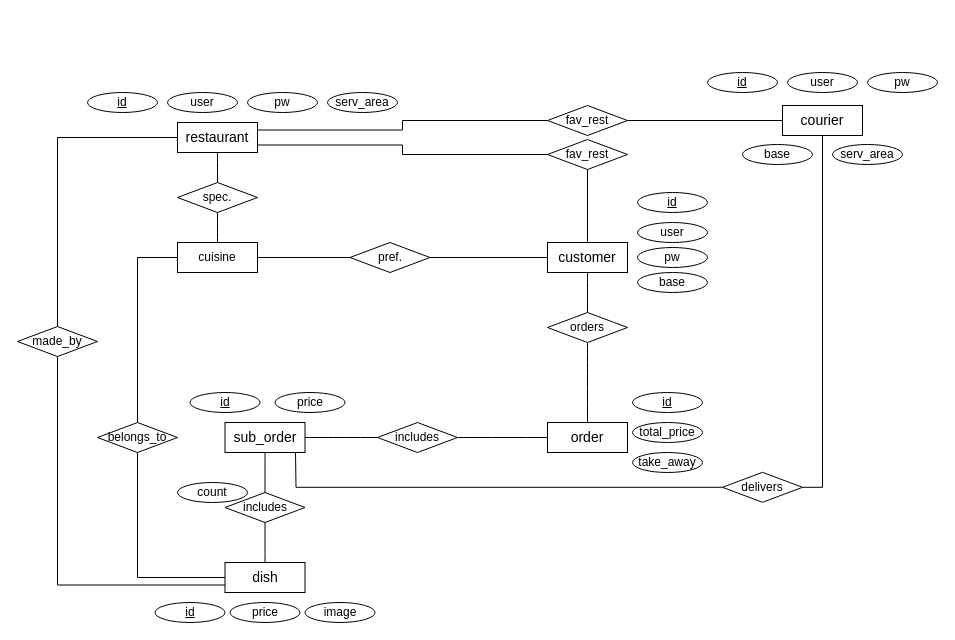
Before: Assignment_1/assignment_1_ex_1a.drawio in Rumle/DIS_49, a draw.io diagram. Source tidied: cells renumbered, new cells numbered last; positions are measured from the earlier drawing's top-left corner, leaving out a move shared by most shapes. Both pictures are drawn from the tidied source at 100%, with x=0, y=0 at pixel (17, 72).
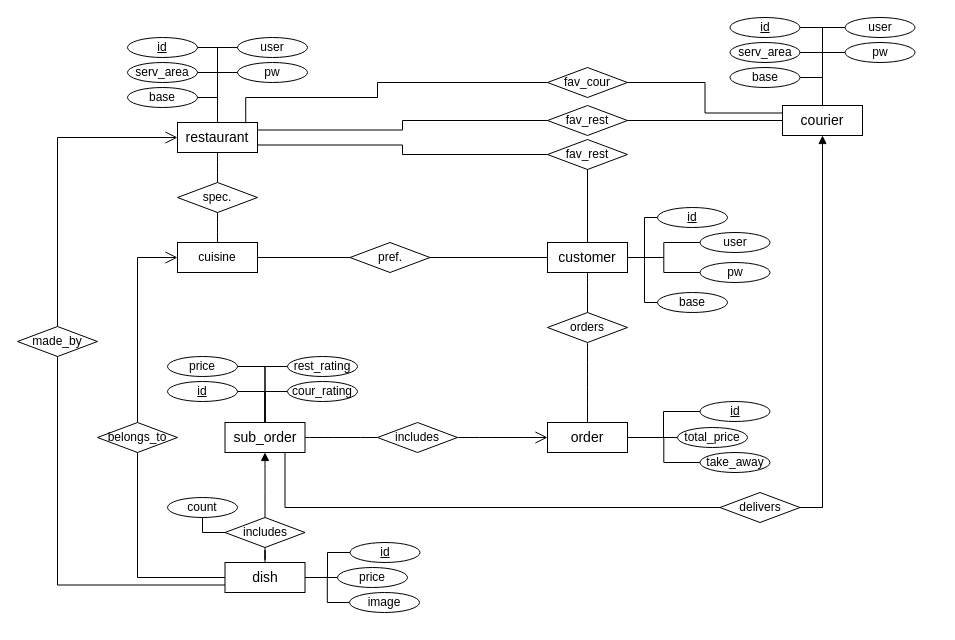
After the change.

Commit message:
diagram ready for feedback

Unchanged cells that the change refers to:
```xml
<mxCell id="5" value="&lt;font style=&quot;font-size: 14px;&quot;&gt;restaurant&lt;/font&gt;" style="rounded=0;whiteSpace=wrap;html=1;" parent="1" vertex="1">
  <mxGeometry x="160" y="50" width="80" height="30" as="geometry" />
</mxCell>
<mxCell id="8" value="&lt;font style=&quot;font-size: 14px;&quot;&gt;customer&lt;/font&gt;" style="rounded=0;whiteSpace=wrap;html=1;" parent="1" vertex="1">
  <mxGeometry x="530" y="170" width="80" height="30" as="geometry" />
</mxCell>
<mxCell id="10" value="&lt;font style=&quot;font-size: 14px;&quot;&gt;courier&lt;/font&gt;" style="rounded=0;whiteSpace=wrap;html=1;" parent="1" vertex="1">
  <mxGeometry x="765" y="33" width="80" height="30" as="geometry" />
</mxCell>
<mxCell id="13" value="&lt;font style=&quot;font-size: 14px;&quot;&gt;sub_order&lt;/font&gt;" style="rounded=0;whiteSpace=wrap;html=1;" parent="1" vertex="1">
  <mxGeometry x="207.5" y="350" width="80" height="30" as="geometry" />
</mxCell>
<mxCell id="14" value="&lt;font style=&quot;font-size: 14px;&quot;&gt;order&lt;/font&gt;" style="rounded=0;whiteSpace=wrap;html=1;" parent="1" vertex="1">
  <mxGeometry x="530" y="350" width="80" height="30" as="geometry" />
</mxCell>
<mxCell id="16" value="&lt;font style=&quot;font-size: 14px;&quot;&gt;dish&lt;/font&gt;" style="rounded=0;whiteSpace=wrap;html=1;" parent="1" vertex="1">
  <mxGeometry x="207.5" y="490" width="80" height="30" as="geometry" />
</mxCell>
<mxCell id="39" value="&lt;font&gt;cuisine&lt;/font&gt;" style="rounded=0;whiteSpace=wrap;html=1;" parent="1" vertex="1">
  <mxGeometry x="160" y="170" width="80" height="30" as="geometry" />
</mxCell>
<mxCell id="47" value="includes" style="shape=rhombus;perimeter=rhombusPerimeter;whiteSpace=wrap;html=1;align=center;" parent="1" vertex="1">
  <mxGeometry x="360" y="350" width="80" height="30" as="geometry" />
</mxCell>
<mxCell id="52" value="belongs_to" style="shape=rhombus;perimeter=rhombusPerimeter;whiteSpace=wrap;html=1;align=center;" parent="1" vertex="1">
  <mxGeometry x="80" y="350" width="80" height="30" as="geometry" />
</mxCell>
<mxCell id="57" value="made_by" style="shape=rhombus;perimeter=rhombusPerimeter;whiteSpace=wrap;html=1;align=center;" parent="1" vertex="1">
  <mxGeometry y="254" width="80" height="30" as="geometry" />
</mxCell>
```

Change to the diagram source:
```diff
@@
-    <mxCell id="9" style="edgeStyle=orthogonalEdgeStyle;rounded=0;jettySize=auto;html=1;exitX=0.5;exitY=1;exitDx=0;exitDy=0;entryX=1;entryY=0.5;entryDx=0;entryDy=0;endArrow=none;startFill=0;" parent="1" edge="1" source="10" target="53">
+    <mxCell id="9" style="edgeStyle=orthogonalEdgeStyle;rounded=0;jettySize=auto;html=1;exitX=0.5;exitY=1;exitDx=0;exitDy=0;entryX=1;entryY=0.5;entryDx=0;entryDy=0;endArrow=none;startFill=1;startArrow=block;endSize=10;" parent="1" edge="1" source="10" target="53">
       <mxGeometry relative="1" as="geometry" />
     </mxCell>
@@
-    <mxCell id="12" style="edgeStyle=orthogonalEdgeStyle;rounded=0;jettySize=auto;html=1;endArrow=none;startFill=0;curved=1;" parent="1" edge="1" source="13" target="48">
+    <mxCell id="12" style="edgeStyle=orthogonalEdgeStyle;rounded=0;jettySize=auto;html=1;endArrow=none;startFill=1;curved=1;startArrow=block;endSize=10;" parent="1" edge="1" source="13" target="48">
       <mxGeometry relative="1" as="geometry" />
     </mxCell>
@@
+    <mxCell id="61" style="edgeStyle=orthogonalEdgeStyle;rounded=0;jettySize=auto;html=1;exitX=1;exitY=0.5;exitDx=0;exitDy=0;endArrow=none;startFill=0;" parent="1" edge="1" source="17" target="10">
+      <mxGeometry relative="1" as="geometry" />
+    </mxCell>
     <mxCell id="17" value="id" style="ellipse;whiteSpace=wrap;html=1;align=center;fontStyle=4;" parent="1" vertex="1">
-      <mxGeometry x="690" width="70" height="20" as="geometry" />
+      <mxGeometry x="712.5" y="-55" width="70" height="20" as="geometry" />
     </mxCell>
+    <mxCell id="62" style="edgeStyle=orthogonalEdgeStyle;rounded=0;jettySize=auto;html=1;exitX=0;exitY=0.5;exitDx=0;exitDy=0;endArrow=none;startFill=0;" parent="1" edge="1" source="18" target="10">
+      <mxGeometry relative="1" as="geometry" />
+    </mxCell>
     <mxCell id="18" value="user" style="ellipse;whiteSpace=wrap;html=1;align=center;" parent="1" vertex="1">
-      <mxGeometry x="770" width="70" height="20" as="geometry" />
+      <mxGeometry x="827.5" y="-55" width="70" height="20" as="geometry" />
     </mxCell>
+    <mxCell id="63" style="edgeStyle=orthogonalEdgeStyle;rounded=0;jettySize=auto;html=1;exitX=1;exitY=0.5;exitDx=0;exitDy=0;endArrow=none;startFill=0;" parent="1" edge="1" source="19" target="10">
+      <mxGeometry relative="1" as="geometry" />
+    </mxCell>
     <mxCell id="19" value="base" style="ellipse;whiteSpace=wrap;html=1;align=center;" parent="1" vertex="1">
-      <mxGeometry x="725" y="72" width="70" height="20" as="geometry" />
+      <mxGeometry x="712.5" y="-5" width="70" height="20" as="geometry" />
     </mxCell>
+    <mxCell id="64" style="edgeStyle=orthogonalEdgeStyle;rounded=0;jettySize=auto;html=1;exitX=0;exitY=0.5;exitDx=0;exitDy=0;endArrow=none;startFill=0;" parent="1" edge="1" source="20" target="10">
+      <mxGeometry relative="1" as="geometry" />
+    </mxCell>
     <mxCell id="20" value="pw" style="ellipse;whiteSpace=wrap;html=1;align=center;" parent="1" vertex="1">
-      <mxGeometry x="850" width="70" height="20" as="geometry" />
+      <mxGeometry x="827.5" y="-30" width="70" height="20" as="geometry" />
     </mxCell>
+    <mxCell id="65" style="edgeStyle=orthogonalEdgeStyle;rounded=0;jettySize=auto;html=1;exitX=1;exitY=0.5;exitDx=0;exitDy=0;endArrow=none;startFill=0;" parent="1" edge="1" source="21" target="10">
+      <mxGeometry relative="1" as="geometry" />
+    </mxCell>
     <mxCell id="21" value="serv_area" style="ellipse;whiteSpace=wrap;html=1;align=center;" parent="1" vertex="1">
-      <mxGeometry x="815" y="72" width="70" height="20" as="geometry" />
+      <mxGeometry x="712.5" y="-30" width="70" height="20" as="geometry" />
     </mxCell>
+    <mxCell id="66" style="edgeStyle=orthogonalEdgeStyle;rounded=0;jettySize=auto;html=1;exitX=0;exitY=0.5;exitDx=0;exitDy=0;endArrow=none;startFill=0;" parent="1" edge="1" source="22" target="14">
+      <mxGeometry relative="1" as="geometry">
+        <Array as="points">
+          <mxPoint x="646" y="339" />
+          <mxPoint x="646" y="365" />
+        </Array>
+      </mxGeometry>
+    </mxCell>
     <mxCell id="22" value="&lt;u&gt;id&lt;/u&gt;" style="ellipse;whiteSpace=wrap;html=1;align=center;" parent="1" vertex="1">
-      <mxGeometry x="615" y="320" width="70" height="20" as="geometry" />
+      <mxGeometry x="682.5" y="329" width="70" height="20" as="geometry" />
     </mxCell>
+    <mxCell id="67" style="edgeStyle=orthogonalEdgeStyle;rounded=0;jettySize=auto;html=1;exitX=1;exitY=0.5;exitDx=0;exitDy=0;endArrow=none;startFill=0;" parent="1" edge="1" source="23" target="13">
+      <mxGeometry relative="1" as="geometry" />
+    </mxCell>
     <mxCell id="23" value="&lt;u&gt;id&lt;/u&gt;" style="ellipse;whiteSpace=wrap;html=1;align=center;" parent="1" vertex="1">
-      <mxGeometry x="172.5" y="320" width="70" height="20" as="geometry" />
+      <mxGeometry x="150" y="309" width="70" height="20" as="geometry" />
     </mxCell>
+    <mxCell id="68" style="edgeStyle=orthogonalEdgeStyle;rounded=0;jettySize=auto;html=1;exitX=1;exitY=0.5;exitDx=0;exitDy=0;endArrow=none;startFill=0;" parent="1" edge="1" source="24" target="5">
+      <mxGeometry relative="1" as="geometry" />
+    </mxCell>
     <mxCell id="24" value="&lt;u&gt;id&lt;/u&gt;" style="ellipse;whiteSpace=wrap;html=1;align=center;" parent="1" vertex="1">
-      <mxGeometry x="70" y="20" width="70" height="20" as="geometry" />
+      <mxGeometry x="110" y="-35" width="70" height="20" as="geometry" />
     </mxCell>
+    <mxCell id="69" style="edgeStyle=orthogonalEdgeStyle;rounded=0;jettySize=auto;html=1;exitX=0;exitY=0.5;exitDx=0;exitDy=0;endArrow=none;startFill=0;" parent="1" edge="1" source="25" target="16">
+      <mxGeometry relative="1" as="geometry" />
+    </mxCell>
     <mxCell id="25" value="id" style="ellipse;whiteSpace=wrap;html=1;align=center;fontStyle=4;" parent="1" vertex="1">
-      <mxGeometry x="137.5" y="530" width="70" height="20" as="geometry" />
+      <mxGeometry x="332.5" y="470" width="70" height="20" as="geometry" />
     </mxCell>
+    <mxCell id="70" style="edgeStyle=orthogonalEdgeStyle;rounded=0;jettySize=auto;html=1;exitX=0;exitY=0.5;exitDx=0;exitDy=0;endArrow=none;startFill=0;" parent="1" edge="1" source="26" target="8">
+      <mxGeometry relative="1" as="geometry">
+        <Array as="points">
+          <mxPoint x="627" y="185" />
+        </Array>
+      </mxGeometry>
+    </mxCell>
     <mxCell id="26" value="id" style="ellipse;whiteSpace=wrap;html=1;align=center;fontStyle=4;" parent="1" vertex="1">
-      <mxGeometry x="620" y="120" width="70" height="20" as="geometry" />
+      <mxGeometry x="640" y="135" width="70" height="20" as="geometry" />
     </mxCell>
+    <mxCell id="71" style="edgeStyle=orthogonalEdgeStyle;rounded=0;jettySize=auto;html=1;exitX=0;exitY=0.5;exitDx=0;exitDy=0;endArrow=none;startFill=0;" parent="1" edge="1" source="27" target="8">
+      <mxGeometry relative="1" as="geometry" />
+    </mxCell>
     <mxCell id="27" value="user" style="ellipse;whiteSpace=wrap;html=1;align=center;" parent="1" vertex="1">
-      <mxGeometry x="620" y="150" width="70" height="20" as="geometry" />
+      <mxGeometry x="682.5" y="160" width="70" height="20" as="geometry" />
     </mxCell>
+    <mxCell id="72" style="edgeStyle=orthogonalEdgeStyle;rounded=0;jettySize=auto;html=1;exitX=0;exitY=0.5;exitDx=0;exitDy=0;endArrow=none;startFill=0;" parent="1" edge="1" source="28" target="8">
+      <mxGeometry relative="1" as="geometry" />
+    </mxCell>
     <mxCell id="28" value="pw" style="ellipse;whiteSpace=wrap;html=1;align=center;" parent="1" vertex="1">
-      <mxGeometry x="620" y="175" width="70" height="20" as="geometry" />
+      <mxGeometry x="682.5" y="190" width="70" height="20" as="geometry" />
     </mxCell>
+    <mxCell id="73" style="edgeStyle=orthogonalEdgeStyle;rounded=0;jettySize=auto;html=1;exitX=0;exitY=0.5;exitDx=0;exitDy=0;endArrow=none;startFill=0;" parent="1" edge="1" source="29" target="5">
+      <mxGeometry relative="1" as="geometry" />
+    </mxCell>
     <mxCell id="29" value="user" style="ellipse;whiteSpace=wrap;html=1;align=center;" parent="1" vertex="1">
-      <mxGeometry x="150" y="20" width="70" height="20" as="geometry" />
+      <mxGeometry x="220" y="-35" width="70" height="20" as="geometry" />
     </mxCell>
+    <mxCell id="74" style="edgeStyle=orthogonalEdgeStyle;rounded=0;jettySize=auto;html=1;exitX=0;exitY=0.5;exitDx=0;exitDy=0;endArrow=none;startFill=0;" parent="1" edge="1" source="30" target="5">
+      <mxGeometry relative="1" as="geometry" />
+    </mxCell>
     <mxCell id="30" value="pw" style="ellipse;whiteSpace=wrap;html=1;align=center;" parent="1" vertex="1">
-      <mxGeometry x="230" y="20" width="70" height="20" as="geometry" />
+      <mxGeometry x="220" y="-10" width="70" height="20" as="geometry" />
     </mxCell>
+    <mxCell id="75" style="edgeStyle=orthogonalEdgeStyle;rounded=0;jettySize=auto;html=1;exitX=0;exitY=0.5;exitDx=0;exitDy=0;endArrow=none;startFill=0;" parent="1" edge="1" source="31" target="14">
+      <mxGeometry relative="1" as="geometry" />
+    </mxCell>
     <mxCell id="31" value="take_away" style="ellipse;whiteSpace=wrap;html=1;align=center;" parent="1" vertex="1">
-      <mxGeometry x="615" y="380" width="70" height="20" as="geometry" />
+      <mxGeometry x="682.5" y="380" width="70" height="20" as="geometry" />
     </mxCell>
+    <mxCell id="76" style="edgeStyle=orthogonalEdgeStyle;rounded=0;jettySize=auto;html=1;exitX=0;exitY=0.5;exitDx=0;exitDy=0;endArrow=none;startFill=0;" parent="1" edge="1" source="32" target="16">
+      <mxGeometry relative="1" as="geometry" />
+    </mxCell>
     <mxCell id="32" value="price" style="ellipse;whiteSpace=wrap;html=1;align=center;" parent="1" vertex="1">
-      <mxGeometry x="212.5" y="530" width="70" height="20" as="geometry" />
+      <mxGeometry x="320" y="495" width="70" height="20" as="geometry" />
     </mxCell>
+    <mxCell id="77" style="edgeStyle=orthogonalEdgeStyle;rounded=0;jettySize=auto;html=1;exitX=1;exitY=0.5;exitDx=0;exitDy=0;endArrow=none;startFill=0;" parent="1" edge="1" source="33" target="13">
+      <mxGeometry relative="1" as="geometry" />
+    </mxCell>
     <mxCell id="33" value="price" style="ellipse;whiteSpace=wrap;html=1;align=center;" parent="1" vertex="1">
-      <mxGeometry x="257.5" y="320" width="70" height="20" as="geometry" />
+      <mxGeometry x="150" y="284" width="70" height="20" as="geometry" />
     </mxCell>
+    <mxCell id="78" style="edgeStyle=orthogonalEdgeStyle;rounded=0;jettySize=auto;html=1;exitX=0;exitY=0.5;exitDx=0;exitDy=0;endArrow=none;startFill=0;" parent="1" edge="1" source="34" target="14">
+      <mxGeometry relative="1" as="geometry" />
+    </mxCell>
     <mxCell id="34" value="total_price" style="ellipse;whiteSpace=wrap;html=1;align=center;" parent="1" vertex="1">
-      <mxGeometry x="615" y="350" width="70" height="20" as="geometry" />
+      <mxGeometry x="660" y="355" width="70" height="20" as="geometry" />
     </mxCell>
+    <mxCell id="79" style="edgeStyle=orthogonalEdgeStyle;rounded=0;jettySize=auto;html=1;exitX=1;exitY=0.5;exitDx=0;exitDy=0;endArrow=none;startFill=0;" parent="1" edge="1" source="35" target="5">
+      <mxGeometry relative="1" as="geometry" />
+    </mxCell>
     <mxCell id="35" value="serv_area" style="ellipse;whiteSpace=wrap;html=1;align=center;" parent="1" vertex="1">
-      <mxGeometry x="310" y="20" width="70" height="20" as="geometry" />
+      <mxGeometry x="110" y="-10" width="70" height="20" as="geometry" />
     </mxCell>
@@
+    <mxCell id="80" style="edgeStyle=orthogonalEdgeStyle;rounded=0;jettySize=auto;html=1;exitX=0;exitY=0.5;exitDx=0;exitDy=0;endArrow=none;startFill=0;" parent="1" edge="1" source="38" target="8">
+      <mxGeometry relative="1" as="geometry">
+        <Array as="points">
+          <mxPoint x="627" y="185" />
+        </Array>
+      </mxGeometry>
+    </mxCell>
     <mxCell id="38" value="base" style="ellipse;whiteSpace=wrap;html=1;align=center;" parent="1" vertex="1">
-      <mxGeometry x="620" y="200" width="70" height="20" as="geometry" />
+      <mxGeometry x="640" y="220" width="70" height="20" as="geometry" />
     </mxCell>
@@
-    <mxCell id="46" style="edgeStyle=orthogonalEdgeStyle;rounded=0;jettySize=auto;html=1;curved=1;endArrow=none;startFill=0;" parent="1" edge="1" source="47" target="14">
+    <mxCell id="46" style="edgeStyle=orthogonalEdgeStyle;rounded=0;jettySize=auto;html=1;curved=1;endArrow=open;startFill=0;endFill=0;endSize=10;" parent="1" edge="1" source="47" target="14">
       <mxGeometry relative="1" as="geometry" />
     </mxCell>
@@
     <mxCell id="48" value="includes" style="shape=rhombus;perimeter=rhombusPerimeter;whiteSpace=wrap;html=1;align=center;" parent="1" vertex="1">
-      <mxGeometry x="207.5" y="420" width="80" height="30" as="geometry" />
+      <mxGeometry x="207.5" y="445" width="80" height="30" as="geometry" />
     </mxCell>
+    <mxCell id="81" style="edgeStyle=orthogonalEdgeStyle;rounded=0;jettySize=auto;html=1;exitX=0.5;exitY=1;exitDx=0;exitDy=0;entryX=0;entryY=0.5;entryDx=0;entryDy=0;endArrow=none;startFill=0;" parent="1" edge="1" source="49" target="48">
+      <mxGeometry relative="1" as="geometry">
+        <Array as="points">
+          <mxPoint x="185" y="460" />
+        </Array>
+      </mxGeometry>
+    </mxCell>
     <mxCell id="49" value="count" style="ellipse;whiteSpace=wrap;html=1;align=center;" parent="1" vertex="1">
-      <mxGeometry x="160" y="410" width="70" height="20" as="geometry" />
+      <mxGeometry x="150" y="425" width="70" height="20" as="geometry" />
     </mxCell>
@@
-    <mxCell id="51" style="edgeStyle=orthogonalEdgeStyle;rounded=0;jettySize=auto;html=1;exitX=0.5;exitY=0;exitDx=0;exitDy=0;entryX=0;entryY=0.5;entryDx=0;entryDy=0;endArrow=none;startFill=0;" parent="1" edge="1" source="52" target="39">
+    <mxCell id="51" style="edgeStyle=orthogonalEdgeStyle;rounded=0;jettySize=auto;html=1;exitX=0.5;exitY=0;exitDx=0;exitDy=0;entryX=0;entryY=0.5;entryDx=0;entryDy=0;endArrow=open;startFill=0;endFill=0;endSize=10;" parent="1" edge="1" source="52" target="39">
       <mxGeometry relative="1" as="geometry" />
     </mxCell>
@@
+    <mxCell id="82" style="edgeStyle=orthogonalEdgeStyle;rounded=0;jettySize=auto;html=1;exitX=0;exitY=0.5;exitDx=0;exitDy=0;entryX=0.75;entryY=1;entryDx=0;entryDy=0;endArrow=none;startFill=0;" parent="1" edge="1" source="53" target="13">
+      <mxGeometry relative="1" as="geometry" />
+    </mxCell>
     <mxCell id="53" value="delivers" style="shape=rhombus;perimeter=rhombusPerimeter;whiteSpace=wrap;html=1;align=center;" parent="1" vertex="1">
-      <mxGeometry x="705" y="399.8" width="80" height="30" as="geometry" />
+      <mxGeometry x="702.5" y="420" width="80" height="30" as="geometry" />
     </mxCell>
-    <mxCell id="54" style="edgeStyle=orthogonalEdgeStyle;rounded=0;jettySize=auto;html=1;exitX=0;exitY=0.5;exitDx=0;exitDy=0;endArrow=none;startFill=0;" parent="1" edge="1" source="53">
-      <mxGeometry relative="1" as="geometry">
-        <mxPoint x="278" y="380" as="targetPoint" />
-      </mxGeometry>
-    </mxCell>
-    <mxCell id="55" style="edgeStyle=orthogonalEdgeStyle;rounded=0;jettySize=auto;html=1;exitX=0.5;exitY=0;exitDx=0;exitDy=0;entryX=0;entryY=0.5;entryDx=0;entryDy=0;endArrow=none;startFill=0;" parent="1" edge="1" source="57" target="5">
+    <mxCell id="55" style="edgeStyle=orthogonalEdgeStyle;rounded=0;jettySize=auto;html=1;exitX=0.5;exitY=0;exitDx=0;exitDy=0;entryX=0;entryY=0.5;entryDx=0;entryDy=0;endArrow=open;startFill=0;endFill=0;endSize=10;" parent="1" edge="1" source="57" target="5">
       <mxGeometry relative="1" as="geometry" />
     </mxCell>
@@
+    <mxCell id="83" style="edgeStyle=orthogonalEdgeStyle;rounded=0;jettySize=auto;html=1;exitX=0;exitY=0.5;exitDx=0;exitDy=0;endArrow=none;startFill=0;" parent="1" edge="1" source="60" target="16">
+      <mxGeometry relative="1" as="geometry" />
+    </mxCell>
     <mxCell id="60" value="image" style="ellipse;whiteSpace=wrap;html=1;align=center;" parent="1" vertex="1">
-      <mxGeometry x="287.5" y="530" width="70" height="20" as="geometry" />
+      <mxGeometry x="332" y="520" width="70" height="20" as="geometry" />
     </mxCell>
+    <mxCell id="84" style="edgeStyle=orthogonalEdgeStyle;rounded=0;jettySize=auto;html=1;exitX=0;exitY=0.5;exitDx=0;exitDy=0;endArrow=none;startFill=0;" parent="1" edge="1" source="85" target="13">
+      <mxGeometry relative="1" as="geometry" />
+    </mxCell>
+    <mxCell id="85" value="rest_rating" style="ellipse;whiteSpace=wrap;html=1;align=center;" parent="1" vertex="1">
+      <mxGeometry x="270" y="284" width="70" height="20" as="geometry" />
+    </mxCell>
+    <mxCell id="86" style="edgeStyle=orthogonalEdgeStyle;rounded=0;jettySize=auto;html=1;exitX=0;exitY=0.5;exitDx=0;exitDy=0;endArrow=none;startFill=0;" parent="1" edge="1" source="87" target="13">
+      <mxGeometry relative="1" as="geometry" />
+    </mxCell>
+    <mxCell id="87" value="cour_rating" style="ellipse;whiteSpace=wrap;html=1;align=center;" parent="1" vertex="1">
+      <mxGeometry x="270" y="309" width="70" height="20" as="geometry" />
+    </mxCell>
+    <mxCell id="88" style="edgeStyle=orthogonalEdgeStyle;rounded=0;jettySize=auto;html=1;exitX=1;exitY=0.5;exitDx=0;exitDy=0;endArrow=none;startFill=0;" parent="1" edge="1" source="89" target="5">
+      <mxGeometry relative="1" as="geometry" />
+    </mxCell>
+    <mxCell id="89" value="base" style="ellipse;whiteSpace=wrap;html=1;align=center;" parent="1" vertex="1">
+      <mxGeometry x="110" y="15" width="70" height="20" as="geometry" />
+    </mxCell>
+    <mxCell id="90" style="edgeStyle=orthogonalEdgeStyle;rounded=0;jettySize=auto;html=1;exitX=1;exitY=0.5;exitDx=0;exitDy=0;entryX=0;entryY=0.25;entryDx=0;entryDy=0;endArrow=none;startFill=0;" parent="1" edge="1" source="91" target="10">
+      <mxGeometry relative="1" as="geometry" />
+    </mxCell>
+    <mxCell id="91" value="fav_cour" style="shape=rhombus;perimeter=rhombusPerimeter;whiteSpace=wrap;html=1;align=center;" parent="1" vertex="1">
+      <mxGeometry x="530" y="-5" width="80" height="30" as="geometry" />
+    </mxCell>
+    <mxCell id="92" style="edgeStyle=orthogonalEdgeStyle;rounded=0;jettySize=auto;html=1;exitX=0;exitY=0.5;exitDx=0;exitDy=0;entryX=0.853;entryY=0.025;entryDx=0;entryDy=0;entryPerimeter=0;endArrow=none;startFill=0;" parent="1" edge="1" source="91" target="5">
+      <mxGeometry relative="1" as="geometry">
+        <Array as="points">
+          <mxPoint x="360" y="10" />
+          <mxPoint x="360" y="25" />
+          <mxPoint x="228" y="25" />
+        </Array>
+      </mxGeometry>
+    </mxCell>
```
